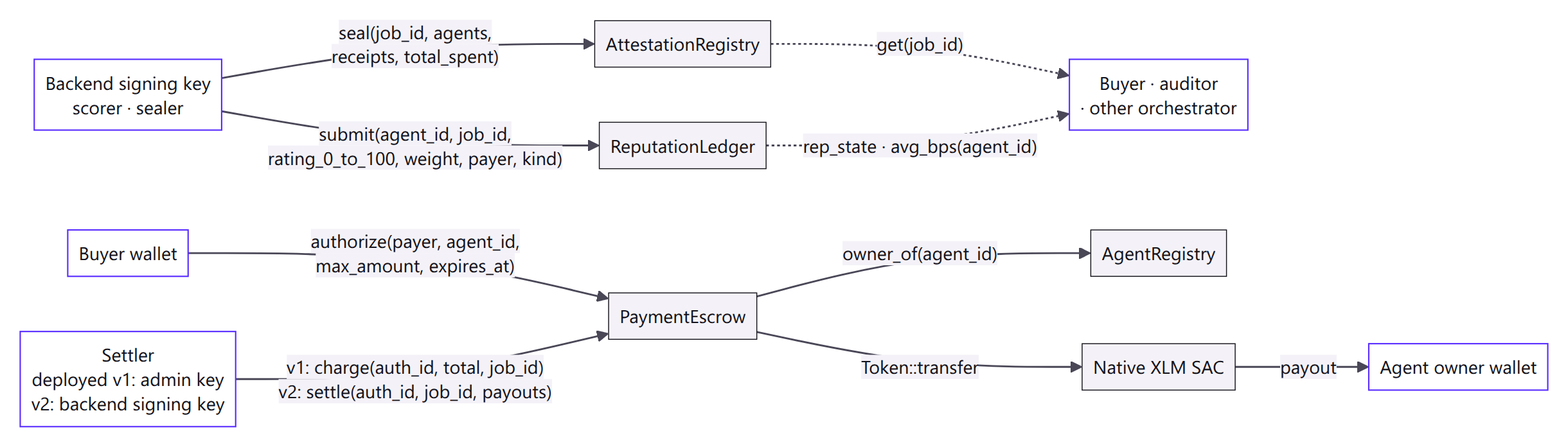
The Mermaid diagram litepaper/figures/figure-3.png in Bl0cksmiths/Orizon-Agents-FE-Stellar, before a commit. Its source is kept beside it as litepaper/figures/figure-3.mmd.
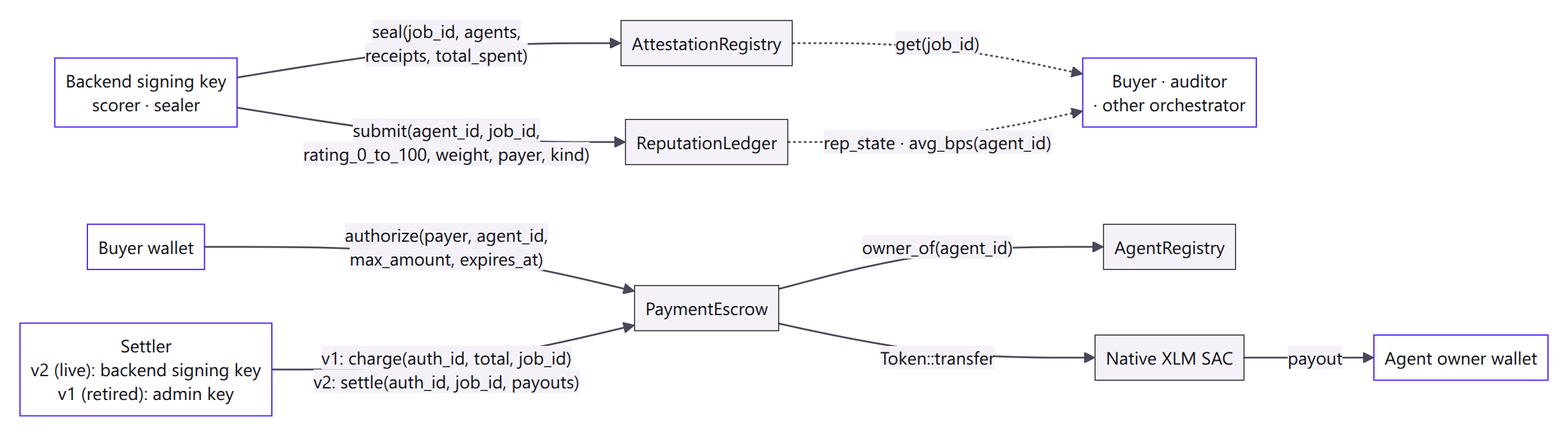
After the change.

Commit message:
re-rendered litepaper figure 3

Diff of the diagram source:
```diff
@@ -1,6 +1,6 @@
 flowchart LR
     Buyer["Buyer wallet"]
-    Settler["Settler<br/>deployed v1: admin key<br/>v2: backend signing key"]
+    Settler["Settler<br/>v2 (live): backend signing key<br/>v1 (retired): admin key"]
     Backend["Backend signing key<br/>scorer · sealer"]
     Owner["Agent owner wallet"]
     Reader["Buyer · auditor<br/>· other orchestrator"]
```
